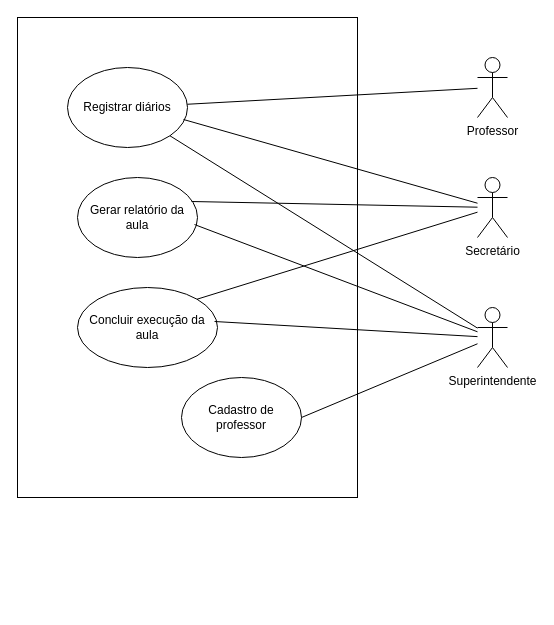
Above: page "Casos de uso" (1 of 3) of EBD.drawio in gelira/ebd (draw.io), before the change. Source tidied: cells renumbered, new cells numbered last; positions are measured from the earlier drawing's top-left corner, leaving out a move shared by most shapes. Both pictures are drawn from the tidied source at 100%, with x=0, y=0 at pixel (17, 17).
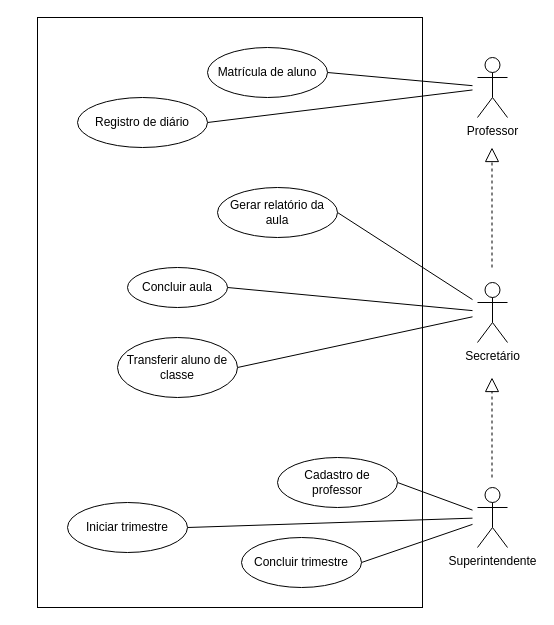
The same page after the edit.

Unchanged cells that the change refers to:
```xml
<mxCell id="2" value="Professor" style="shape=umlActor;verticalLabelPosition=bottom;verticalAlign=top;html=1;outlineConnect=0;" parent="1" vertex="1">
  <mxGeometry x="460" y="40" width="30" height="60" as="geometry" />
</mxCell>
```

Diff of the diagram source:
```diff
@@
     <mxCell id="3" value="Secretário" style="shape=umlActor;verticalLabelPosition=bottom;verticalAlign=top;html=1;" parent="1" vertex="1">
-      <mxGeometry x="460" y="160" width="30" height="60" as="geometry" />
+      <mxGeometry x="460" y="265" width="30" height="60" as="geometry" />
     </mxCell>
     <mxCell id="4" value="Superintendente" style="shape=umlActor;verticalLabelPosition=bottom;verticalAlign=top;html=1;" parent="1" vertex="1">
-      <mxGeometry x="460" y="290" width="30" height="60" as="geometry" />
+      <mxGeometry x="460" y="470" width="30" height="60" as="geometry" />
     </mxCell>
     <mxCell id="5" style="rounded=0;whiteSpace=wrap;html=1;" parent="1" vertex="1">
-      <mxGeometry width="340" height="480" as="geometry" />
+      <mxGeometry x="20" width="385" height="590" as="geometry" />
     </mxCell>
+    <mxCell id="7" style="rounded=0;jettySize=auto;html=1;exitX=1;exitY=0.5;exitDx=0;exitDy=0;endArrow=none;startFill=0;targetPerimeterSpacing=5;" parent="1" edge="1" source="6" target="2">
+      <mxGeometry relative="1" as="geometry" />
+    </mxCell>
-    <mxCell id="6" value="Registrar diários" style="ellipse;whiteSpace=wrap;html=1;" parent="1" vertex="1">
-      <mxGeometry x="50" y="50" width="120" height="80" as="geometry" />
+    <mxCell id="6" value="Registro de diário" style="ellipse;whiteSpace=wrap;html=1;" parent="1" vertex="1">
+      <mxGeometry x="60" y="80" width="130" height="50" as="geometry" />
     </mxCell>
-    <mxCell id="7" style="endArrow=none;html=1;rounded=0;" parent="1" edge="1" source="6" target="2">
-      <mxGeometry relative="1" as="geometry" />
-    </mxCell>
-    <mxCell id="8" style="endArrow=none;html=1;rounded=0;exitX=0.967;exitY=0.65;exitDx=0;exitDy=0;exitPerimeter=0;" parent="1" edge="1" source="6" target="3">
-      <mxGeometry relative="1" as="geometry" />
-    </mxCell>
-    <mxCell id="9" style="endArrow=none;html=1;rounded=0;entryX=1;entryY=1;entryDx=0;entryDy=0;" parent="1" edge="1" source="4" target="6">
-      <mxGeometry relative="1" as="geometry" />
-    </mxCell>
+    <mxCell id="11" style="rounded=0;jettySize=auto;html=1;exitX=1;exitY=0.5;exitDx=0;exitDy=0;endArrow=none;startFill=0;targetPerimeterSpacing=5;" parent="1" edge="1" source="10" target="3">
+      <mxGeometry relative="1" as="geometry" />
+    </mxCell>
     <mxCell id="10" value="Gerar relatório da aula" style="ellipse;whiteSpace=wrap;html=1;" parent="1" vertex="1">
-      <mxGeometry x="60" y="160" width="120" height="80" as="geometry" />
+      <mxGeometry x="200" y="170" width="120" height="50" as="geometry" />
     </mxCell>
-    <mxCell id="11" style="endArrow=none;html=1;rounded=0;exitX=0.95;exitY=0.3;exitDx=0;exitDy=0;exitPerimeter=0;" parent="1" edge="1" source="10" target="3">
-      <mxGeometry relative="1" as="geometry" />
-    </mxCell>
-    <mxCell id="12" style="endArrow=none;html=1;rounded=0;exitX=0.975;exitY=0.588;exitDx=0;exitDy=0;exitPerimeter=0;" parent="1" edge="1" source="10" target="4">
-      <mxGeometry relative="1" as="geometry" />
-    </mxCell>
+    <mxCell id="14" style="rounded=0;jettySize=auto;html=1;exitX=1;exitY=0.5;exitDx=0;exitDy=0;endArrow=none;startFill=0;targetPerimeterSpacing=5;" parent="1" edge="1" source="13" target="4">
+      <mxGeometry relative="1" as="geometry" />
+    </mxCell>
     <mxCell id="13" value="Cadastro de professor" style="ellipse;whiteSpace=wrap;html=1;" parent="1" vertex="1">
-      <mxGeometry x="164" y="360" width="120" height="80" as="geometry" />
+      <mxGeometry x="260" y="440" width="120" height="50" as="geometry" />
     </mxCell>
-    <mxCell id="14" style="endArrow=none;html=1;rounded=0;exitX=1;exitY=0.5;exitDx=0;exitDy=0;" parent="1" edge="1" source="13" target="4">
-      <mxGeometry relative="1" as="geometry" />
-    </mxCell>
+    <mxCell id="17" style="rounded=0;jettySize=auto;html=1;exitX=1;exitY=0.5;exitDx=0;exitDy=0;endArrow=none;startFill=0;targetPerimeterSpacing=5;" parent="1" edge="1" source="15" target="3">
+      <mxGeometry relative="1" as="geometry" />
+    </mxCell>
-    <mxCell id="15" value="Concluir execução da aula" style="ellipse;whiteSpace=wrap;html=1;" parent="1" vertex="1">
-      <mxGeometry x="60" y="270" width="140" height="80" as="geometry" />
+    <mxCell id="15" value="Concluir aula" style="ellipse;whiteSpace=wrap;html=1;" parent="1" vertex="1">
+      <mxGeometry x="110" y="250" width="100" height="40" as="geometry" />
     </mxCell>
-    <mxCell id="16" style="endArrow=none;html=1;rounded=0;exitX=0.979;exitY=0.425;exitDx=0;exitDy=0;exitPerimeter=0;" parent="1" edge="1" source="15" target="4">
-      <mxGeometry relative="1" as="geometry" />
-    </mxCell>
-    <mxCell id="17" style="endArrow=none;html=1;rounded=0;exitX=1;exitY=0;exitDx=0;exitDy=0;" parent="1" edge="1" source="15" target="3">
-      <mxGeometry relative="1" as="geometry" />
-    </mxCell>
+    <mxCell id="18" style="rounded=0;jettySize=auto;html=1;exitX=1;exitY=0.5;exitDx=0;exitDy=0;endArrow=none;startFill=0;targetPerimeterSpacing=5;" parent="1" edge="1" source="19" target="2">
+      <mxGeometry relative="1" as="geometry" />
+    </mxCell>
+    <mxCell id="19" value="Matrícula de aluno" style="ellipse;whiteSpace=wrap;html=1;" parent="1" vertex="1">
+      <mxGeometry x="190" y="30" width="120" height="50" as="geometry" />
+    </mxCell>
+    <mxCell id="20" style="endArrow=block;html=1;rounded=0;endFill=0;dashed=1;endSize=12;" parent="1" edge="1">
+      <mxGeometry relative="1" as="geometry">
+        <mxPoint x="474.5" y="250" as="sourcePoint" />
+        <mxPoint x="474.5" y="130" as="targetPoint" />
+      </mxGeometry>
+    </mxCell>
+    <mxCell id="21" style="endArrow=block;html=1;rounded=0;endFill=0;dashed=1;endSize=12;" parent="1" edge="1">
+      <mxGeometry relative="1" as="geometry">
+        <mxPoint x="474.5" y="460" as="sourcePoint" />
+        <mxPoint x="474.5" y="360" as="targetPoint" />
+      </mxGeometry>
+    </mxCell>
+    <mxCell id="22" style="rounded=0;jettySize=auto;html=1;exitX=1;exitY=0.5;exitDx=0;exitDy=0;endArrow=none;startFill=0;targetPerimeterSpacing=5;" parent="1" edge="1" source="23" target="4">
+      <mxGeometry relative="1" as="geometry" />
+    </mxCell>
+    <mxCell id="23" value="Iniciar trimestre" style="ellipse;whiteSpace=wrap;html=1;" parent="1" vertex="1">
+      <mxGeometry x="50" y="485" width="120" height="50" as="geometry" />
+    </mxCell>
+    <mxCell id="24" style="rounded=0;jettySize=auto;html=1;exitX=1;exitY=0.5;exitDx=0;exitDy=0;targetPerimeterSpacing=5;endArrow=none;startFill=0;" parent="1" edge="1" source="25" target="3">
+      <mxGeometry relative="1" as="geometry" />
+    </mxCell>
+    <mxCell id="25" value="Transferir aluno de classe" style="ellipse;whiteSpace=wrap;html=1;" parent="1" vertex="1">
+      <mxGeometry x="100" y="320" width="120" height="60" as="geometry" />
+    </mxCell>
+    <mxCell id="26" style="rounded=0;jettySize=auto;html=1;exitX=1;exitY=0.5;exitDx=0;exitDy=0;endArrow=none;startFill=0;targetPerimeterSpacing=5;" parent="1" edge="1" source="27" target="4">
+      <mxGeometry relative="1" as="geometry" />
+    </mxCell>
+    <mxCell id="27" value="Concluir trimestre" style="ellipse;whiteSpace=wrap;html=1;" parent="1" vertex="1">
+      <mxGeometry x="224" y="520" width="120" height="50" as="geometry" />
+    </mxCell>
```
